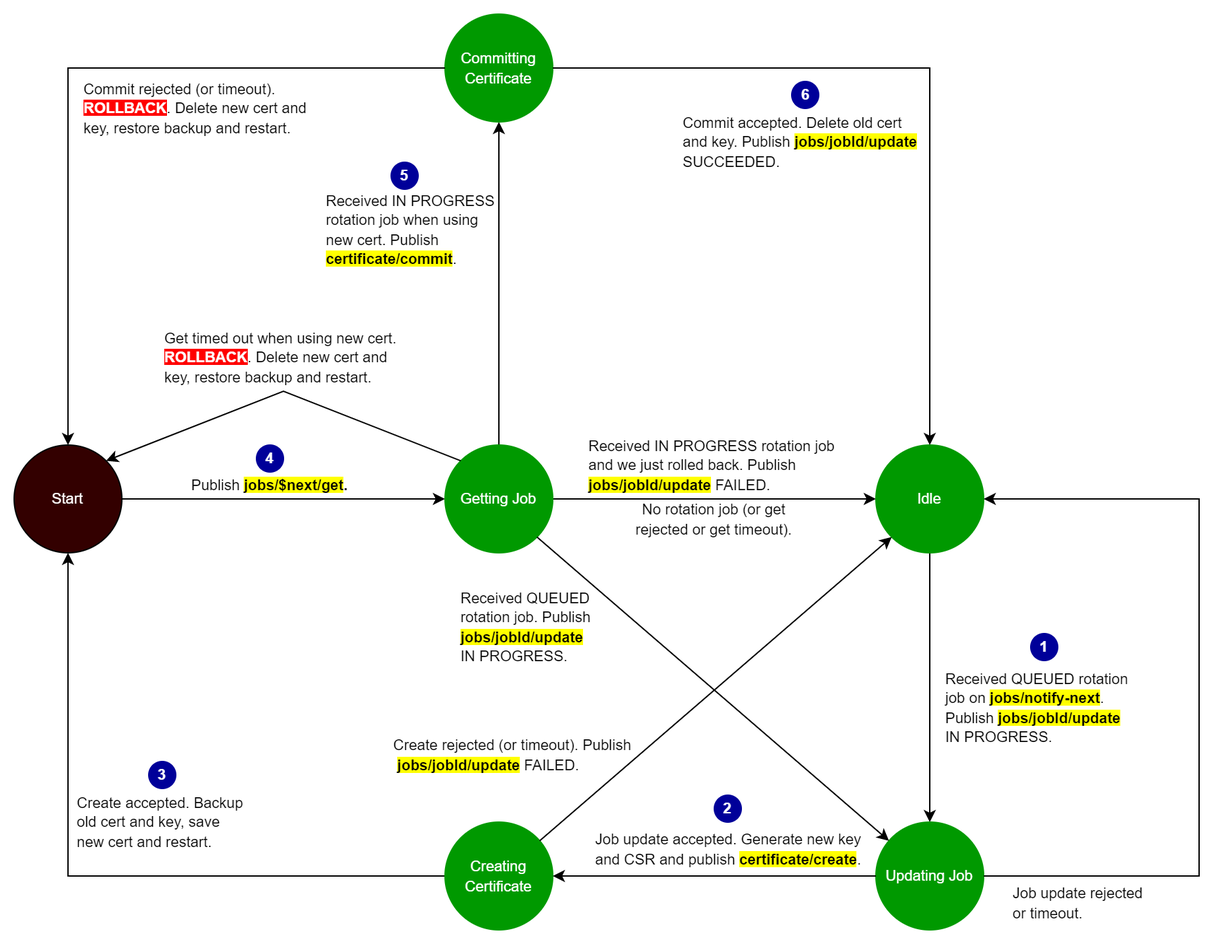
Earlier version of the draw.io export images/certificate-rotation-component-fsm.drawio.png (awslabs/aws-greengrass-labs-certificate-rotator). Source tidied: cells renumbered, new cells last; positions are measured from the earlier drawing's top-left corner, leaving out a move shared by most shapes. The source it was exported from:
```xml
<mxGraphModel>
  <root>
    <mxCell id="0" />
    <mxCell id="1" parent="0" />
    <mxCell id="2" style="edgeStyle=orthogonalEdgeStyle;rounded=0;jettySize=auto;html=1;fontSize=11;fontColor=#FFFFFF;entryX=0;entryY=0.5;entryDx=0;entryDy=0;" parent="1" edge="1" source="3" target="6">
      <mxGeometry relative="1" as="geometry" />
    </mxCell>
    <mxCell id="3" value="&lt;font color=&quot;#ffffff&quot; style=&quot;font-size: 11px&quot;&gt;Start&lt;/font&gt;" style="ellipse;whiteSpace=wrap;html=1;fillColor=#330000;" parent="1" vertex="1">
      <mxGeometry y="320" width="80" height="80" as="geometry" />
    </mxCell>
    <mxCell id="4" style="edgeStyle=orthogonalEdgeStyle;rounded=0;jettySize=auto;html=1;fontSize=11;fontColor=#FFFFFF;entryX=0;entryY=0.5;entryDx=0;entryDy=0;" parent="1" edge="1" source="6" target="8">
      <mxGeometry relative="1" as="geometry" />
    </mxCell>
    <mxCell id="5" style="edgeStyle=orthogonalEdgeStyle;rounded=0;jettySize=auto;html=1;fontSize=11;fontColor=#FFFFFF;endArrow=classic;endFill=1;entryX=0.5;entryY=1;entryDx=0;entryDy=0;" parent="1" edge="1" source="6" target="12">
      <mxGeometry relative="1" as="geometry" />
    </mxCell>
    <mxCell id="6" value="&lt;font style=&quot;font-size: 11px&quot; color=&quot;#ffffff&quot;&gt;Getting Job&lt;/font&gt;" style="ellipse;whiteSpace=wrap;html=1;fillColor=#009900;strokeColor=#009900;" parent="1" vertex="1">
      <mxGeometry x="320" y="320" width="80" height="80" as="geometry" />
    </mxCell>
    <mxCell id="7" style="edgeStyle=orthogonalEdgeStyle;rounded=0;jettySize=auto;html=1;fontSize=11;fontColor=#FFFFFF;entryX=0.5;entryY=0;entryDx=0;entryDy=0;" parent="1" edge="1" source="8" target="9">
      <mxGeometry relative="1" as="geometry" />
    </mxCell>
    <mxCell id="8" value="&lt;font style=&quot;font-size: 11px&quot; color=&quot;#ffffff&quot;&gt;Idle&lt;/font&gt;" style="ellipse;whiteSpace=wrap;html=1;fillColor=#009900;strokeColor=#009900;" parent="1" vertex="1">
      <mxGeometry x="640" y="320" width="80" height="80" as="geometry" />
    </mxCell>
    <mxCell id="9" value="&lt;font style=&quot;font-size: 11px&quot; color=&quot;#ffffff&quot;&gt;Updating Job&lt;br&gt;&lt;/font&gt;" style="ellipse;whiteSpace=wrap;html=1;fillColor=#009900;strokeColor=#009900;" parent="1" vertex="1">
      <mxGeometry x="640" y="600" width="80" height="80" as="geometry" />
    </mxCell>
    <mxCell id="10" style="edgeStyle=orthogonalEdgeStyle;rounded=0;jettySize=auto;html=1;fontSize=11;fontColor=#FFFFFF;entryX=0.5;entryY=1;entryDx=0;entryDy=0;" parent="1" edge="1" source="11" target="3">
      <mxGeometry relative="1" as="geometry" />
    </mxCell>
    <mxCell id="11" value="&lt;font style=&quot;font-size: 11px&quot; color=&quot;#ffffff&quot;&gt;Creating&lt;br&gt;Certificate&lt;/font&gt;" style="ellipse;whiteSpace=wrap;html=1;fillColor=#009900;strokeColor=#009900;" parent="1" vertex="1">
      <mxGeometry x="320" y="600" width="80" height="80" as="geometry" />
    </mxCell>
    <mxCell id="12" value="&lt;font style=&quot;font-size: 11px&quot; color=&quot;#ffffff&quot;&gt;Committing Certificate&lt;/font&gt;" style="ellipse;whiteSpace=wrap;html=1;fillColor=#009900;strokeColor=#009900;" parent="1" vertex="1">
      <mxGeometry x="320" width="80" height="80" as="geometry" />
    </mxCell>
    <mxCell id="13" value="&lt;font style=&quot;font-size: 11px&quot;&gt;Publish &lt;b style=&quot;background-color: rgb(255 , 255 , 0)&quot;&gt;jobs/$next/get&lt;/b&gt;&lt;b&gt;.&lt;/b&gt;&lt;br&gt;&lt;/font&gt;" style="text;html=1;strokeColor=none;fillColor=none;align=left;verticalAlign=middle;whiteSpace=wrap;rounded=0;" parent="1" vertex="1">
      <mxGeometry x="130" y="340" width="160" height="20" as="geometry" />
    </mxCell>
    <mxCell id="14" style="endArrow=classic;html=1;rounded=0;fontSize=11;fontColor=#FFFFFF;exitX=1;exitY=1;exitDx=0;exitDy=0;" parent="1" edge="1" source="6" target="9">
      <mxGeometry relative="1" as="geometry" />
    </mxCell>
    <mxCell id="15" style="endArrow=classic;html=1;rounded=0;fontSize=11;fontColor=#FFFFFF;exitX=1;exitY=0.5;exitDx=0;exitDy=0;entryX=1;entryY=0.5;entryDx=0;entryDy=0;" parent="1" edge="1" source="9" target="8">
      <mxGeometry relative="1" as="geometry">
        <Array as="points">
          <mxPoint x="880" y="640" />
          <mxPoint x="880" y="360" />
        </Array>
      </mxGeometry>
    </mxCell>
    <mxCell id="16" style="endArrow=classic;html=1;rounded=0;fontSize=11;fontColor=#FFFFFF;exitX=0;exitY=0.5;exitDx=0;exitDy=0;entryX=0.5;entryY=0;entryDx=0;entryDy=0;" parent="1" edge="1" source="12" target="3">
      <mxGeometry relative="1" as="geometry">
        <Array as="points">
          <mxPoint x="40" y="40" />
        </Array>
      </mxGeometry>
    </mxCell>
    <mxCell id="17" style="endArrow=classic;html=1;rounded=0;fontSize=11;fontColor=#FFFFFF;exitX=1;exitY=0.5;exitDx=0;exitDy=0;entryX=0.5;entryY=0;entryDx=0;entryDy=0;" parent="1" edge="1" source="12" target="8">
      <mxGeometry relative="1" as="geometry">
        <Array as="points">
          <mxPoint x="680" y="40" />
        </Array>
      </mxGeometry>
    </mxCell>
    <mxCell id="18" value="&lt;b&gt;1&lt;/b&gt;" style="ellipse;whiteSpace=wrap;html=1;labelBackgroundColor=#000099;fontSize=11;fontColor=#FFFFFF;strokeColor=#000099;fillColor=#000099;" parent="1" vertex="1">
      <mxGeometry x="755" y="460" width="20" height="20" as="geometry" />
    </mxCell>
    <mxCell id="19" value="&lt;span style=&quot;font-size: 11px&quot;&gt;No rotation job (or get rejected or get timeout).&lt;/span&gt;" style="text;html=1;strokeColor=none;fillColor=none;align=center;verticalAlign=middle;whiteSpace=wrap;rounded=0;" parent="1" vertex="1">
      <mxGeometry x="450" y="360" width="140" height="30" as="geometry" />
    </mxCell>
    <mxCell id="20" value="&lt;b&gt;2&lt;/b&gt;" style="ellipse;whiteSpace=wrap;html=1;labelBackgroundColor=#000099;fontSize=11;fontColor=#FFFFFF;strokeColor=#000099;fillColor=#000099;" parent="1" vertex="1">
      <mxGeometry x="520" y="580" width="20" height="20" as="geometry" />
    </mxCell>
    <mxCell id="21" value="&lt;font style=&quot;font-size: 11px&quot;&gt;&lt;span style=&quot;text-align: center&quot;&gt;Received QUEUED rotation job on&amp;nbsp;&lt;/span&gt;&lt;b style=&quot;text-align: center&quot;&gt;&lt;span style=&quot;background-color: rgb(255 , 255 , 0)&quot;&gt;jobs/notify-next&lt;/span&gt;&lt;/b&gt;. Publish &lt;b&gt;&lt;span style=&quot;background-color: rgb(255 , 255 , 0)&quot;&gt;jobs/jobId/update&lt;/span&gt;&lt;br&gt;&lt;/b&gt;IN PROGRESS.&lt;br&gt;&lt;/font&gt;" style="text;html=1;strokeColor=none;fillColor=none;align=left;verticalAlign=middle;whiteSpace=wrap;rounded=0;" parent="1" vertex="1">
      <mxGeometry x="690" y="480" width="150" height="70" as="geometry" />
    </mxCell>
    <mxCell id="22" value="&lt;font style=&quot;font-size: 11px&quot;&gt;&lt;span style=&quot;text-align: center&quot;&gt;Received QUEUED rotation job.&amp;nbsp;&lt;/span&gt;Publish &lt;b&gt;&lt;span style=&quot;background-color: rgb(255 , 255 , 0)&quot;&gt;jobs/jobId/update&lt;/span&gt;&lt;br&gt;&lt;/b&gt;IN PROGRESS.&lt;br&gt;&lt;/font&gt;" style="text;html=1;strokeColor=none;fillColor=none;align=left;verticalAlign=middle;whiteSpace=wrap;rounded=0;" parent="1" vertex="1">
      <mxGeometry x="330" y="415" width="130" height="80" as="geometry" />
    </mxCell>
    <mxCell id="23" value="&lt;font style=&quot;font-size: 11px&quot;&gt;&lt;span style=&quot;text-align: center&quot;&gt;Received IN PROGRESS rotation job and we just rolled back.&amp;nbsp;&lt;/span&gt;Publish &lt;b&gt;&lt;span style=&quot;background-color: rgb(255 , 255 , 0)&quot;&gt;jobs/jobId/update&lt;/span&gt;&lt;/b&gt;&amp;nbsp;FAILED.&lt;br&gt;&lt;/font&gt;" style="text;html=1;strokeColor=none;fillColor=none;align=left;verticalAlign=middle;whiteSpace=wrap;rounded=0;" parent="1" vertex="1">
      <mxGeometry x="425" y="310" width="190" height="50" as="geometry" />
    </mxCell>
    <mxCell id="24" value="&lt;font style=&quot;font-size: 11px&quot;&gt;&lt;span style=&quot;text-align: center&quot;&gt;Received IN PROGRESS rotation job when using new cert.&amp;nbsp;&lt;/span&gt;Publish &lt;b&gt;&lt;span style=&quot;background-color: rgb(255 , 255 , 0)&quot;&gt;certificate/commit&lt;/span&gt;&lt;/b&gt;&lt;span style=&quot;background-color: rgb(255 , 255 , 255)&quot;&gt;.&lt;/span&gt;&lt;br&gt;&lt;/font&gt;" style="text;html=1;strokeColor=none;fillColor=none;align=left;verticalAlign=middle;whiteSpace=wrap;rounded=0;" parent="1" vertex="1">
      <mxGeometry x="230" y="120" width="130" height="80" as="geometry" />
    </mxCell>
    <mxCell id="25" value="&lt;font style=&quot;font-size: 11px&quot;&gt;&lt;span style=&quot;text-align: center&quot;&gt;Commit accepted. Delete old cert and key. &lt;/span&gt;Publish &lt;b&gt;&lt;span style=&quot;background-color: rgb(255 , 255 , 0)&quot;&gt;jobs/jobId/update&lt;/span&gt;&lt;br&gt;&lt;/b&gt;SUCCEEDED.&lt;br&gt;&lt;/font&gt;" style="text;html=1;strokeColor=none;fillColor=none;align=left;verticalAlign=middle;whiteSpace=wrap;rounded=0;" parent="1" vertex="1">
      <mxGeometry x="495" y="60" width="185" height="70" as="geometry" />
    </mxCell>
    <mxCell id="26" value="&lt;font style=&quot;font-size: 11px&quot;&gt;&lt;span style=&quot;text-align: center&quot;&gt;Job update accepted. Generate new key and CSR and p&lt;/span&gt;ublish &lt;b&gt;&lt;span style=&quot;background-color: rgb(255 , 255 , 0)&quot;&gt;certificate/create&lt;/span&gt;&lt;/b&gt;&lt;span style=&quot;background-color: rgb(255 , 255 , 255)&quot;&gt;.&lt;/span&gt;&lt;br&gt;&lt;/font&gt;" style="text;html=1;strokeColor=none;fillColor=none;align=left;verticalAlign=middle;whiteSpace=wrap;rounded=0;" parent="1" vertex="1">
      <mxGeometry x="430" y="580" width="200" height="80" as="geometry" />
    </mxCell>
    <mxCell id="27" value="&lt;font style=&quot;font-size: 11px&quot;&gt;&lt;span style=&quot;text-align: center&quot;&gt;Create accepted. Backup old cert and key, save new cert and restart.&lt;/span&gt;&lt;br&gt;&lt;/font&gt;" style="text;html=1;strokeColor=none;fillColor=none;align=left;verticalAlign=middle;whiteSpace=wrap;rounded=0;" parent="1" vertex="1">
      <mxGeometry x="45" y="575" width="130" height="50" as="geometry" />
    </mxCell>
    <mxCell id="28" value="&lt;font style=&quot;font-size: 11px&quot;&gt;&lt;span style=&quot;text-align: center&quot;&gt;Create rejected (or timeout).&amp;nbsp;&lt;/span&gt;Publish&lt;br&gt;&amp;nbsp;&lt;b&gt;&lt;span style=&quot;background-color: rgb(255 , 255 , 0)&quot;&gt;jobs/jobId/update&lt;/span&gt;&lt;/b&gt;&amp;nbsp;FAILED.&lt;br&gt;&lt;/font&gt;" style="text;html=1;strokeColor=none;fillColor=none;align=left;verticalAlign=middle;whiteSpace=wrap;rounded=0;" parent="1" vertex="1">
      <mxGeometry x="280" y="530" width="180" height="40" as="geometry" />
    </mxCell>
    <mxCell id="29" value="&lt;b&gt;3&lt;/b&gt;" style="ellipse;whiteSpace=wrap;html=1;labelBackgroundColor=#000099;fontSize=11;fontColor=#FFFFFF;strokeColor=#000099;fillColor=#000099;" parent="1" vertex="1">
      <mxGeometry x="100" y="555" width="20" height="20" as="geometry" />
    </mxCell>
    <mxCell id="30" value="&lt;b&gt;4&lt;/b&gt;" style="ellipse;whiteSpace=wrap;html=1;labelBackgroundColor=#000099;fontSize=11;fontColor=#FFFFFF;strokeColor=#000099;fillColor=#000099;" parent="1" vertex="1">
      <mxGeometry x="180" y="320" width="20" height="20" as="geometry" />
    </mxCell>
    <mxCell id="31" value="&lt;b&gt;5&lt;/b&gt;" style="ellipse;whiteSpace=wrap;html=1;labelBackgroundColor=#000099;fontSize=11;fontColor=#FFFFFF;strokeColor=#000099;fillColor=#000099;" parent="1" vertex="1">
      <mxGeometry x="280" y="110" width="20" height="20" as="geometry" />
    </mxCell>
    <mxCell id="32" value="&lt;b&gt;6&lt;/b&gt;" style="ellipse;whiteSpace=wrap;html=1;labelBackgroundColor=#000099;fontSize=11;fontColor=#FFFFFF;strokeColor=#000099;fillColor=#000099;" parent="1" vertex="1">
      <mxGeometry x="577.5" y="50" width="20" height="20" as="geometry" />
    </mxCell>
    <mxCell id="33" value="&lt;font style=&quot;font-size: 11px&quot;&gt;&lt;span style=&quot;text-align: center&quot;&gt;Job update rejected or timeout.&lt;/span&gt;&lt;br&gt;&lt;/font&gt;" style="text;html=1;strokeColor=none;fillColor=none;align=left;verticalAlign=middle;whiteSpace=wrap;rounded=0;" parent="1" vertex="1">
      <mxGeometry x="740" y="640" width="110" height="40" as="geometry" />
    </mxCell>
    <mxCell id="34" value="&lt;font style=&quot;font-size: 11px&quot;&gt;&lt;span style=&quot;text-align: center&quot;&gt;Commit rejected (or timeout). &lt;span style=&quot;background-color: rgb(255, 0, 0);&quot;&gt;&lt;font color=&quot;#ffffff&quot;&gt;&lt;b&gt;ROLLBACK&lt;/b&gt;&lt;/font&gt;&lt;/span&gt;. Delete new cert and key, restore backup and restart.&lt;/span&gt;&lt;br&gt;&lt;/font&gt;" style="text;html=1;strokeColor=none;fillColor=none;align=left;verticalAlign=middle;whiteSpace=wrap;rounded=0;" parent="1" vertex="1">
      <mxGeometry x="50" y="50" width="170" height="40" as="geometry" />
    </mxCell>
    <mxCell id="35" style="endArrow=classic;html=1;rounded=0;exitX=0;exitY=0;exitDx=0;exitDy=0;entryX=1;entryY=0;entryDx=0;entryDy=0;" parent="1" edge="1" source="6" target="3">
      <mxGeometry relative="1" as="geometry">
        <Array as="points">
          <mxPoint x="200" y="280" />
        </Array>
      </mxGeometry>
    </mxCell>
    <mxCell id="36" value="&lt;font style=&quot;font-size: 11px&quot;&gt;&lt;span style=&quot;text-align: center&quot;&gt;Get timed out when using new cert. &lt;b style=&quot;background-color: rgb(255, 0, 0);&quot;&gt;&lt;font color=&quot;#ffffff&quot;&gt;ROLLBACK&lt;/font&gt;&lt;/b&gt;. Delete new cert and key, restore backup and restart.&lt;/span&gt;&lt;br&gt;&lt;/font&gt;" style="text;html=1;strokeColor=none;fillColor=none;align=left;verticalAlign=middle;whiteSpace=wrap;rounded=0;" parent="1" vertex="1">
      <mxGeometry x="110" y="230" width="180" height="50" as="geometry" />
    </mxCell>
    <mxCell id="37" style="endArrow=classic;html=1;rounded=0;entryX=0;entryY=1;entryDx=0;entryDy=0;" parent="1" edge="1" source="11" target="8">
      <mxGeometry relative="1" as="geometry" />
    </mxCell>
    <mxCell id="38" style="endArrow=classic;html=1;rounded=0;exitX=0;exitY=0.5;exitDx=0;exitDy=0;entryX=1;entryY=0.5;entryDx=0;entryDy=0;" parent="1" edge="1" source="9" target="11">
      <mxGeometry relative="1" as="geometry" />
    </mxCell>
  </root>
</mxGraphModel>
```
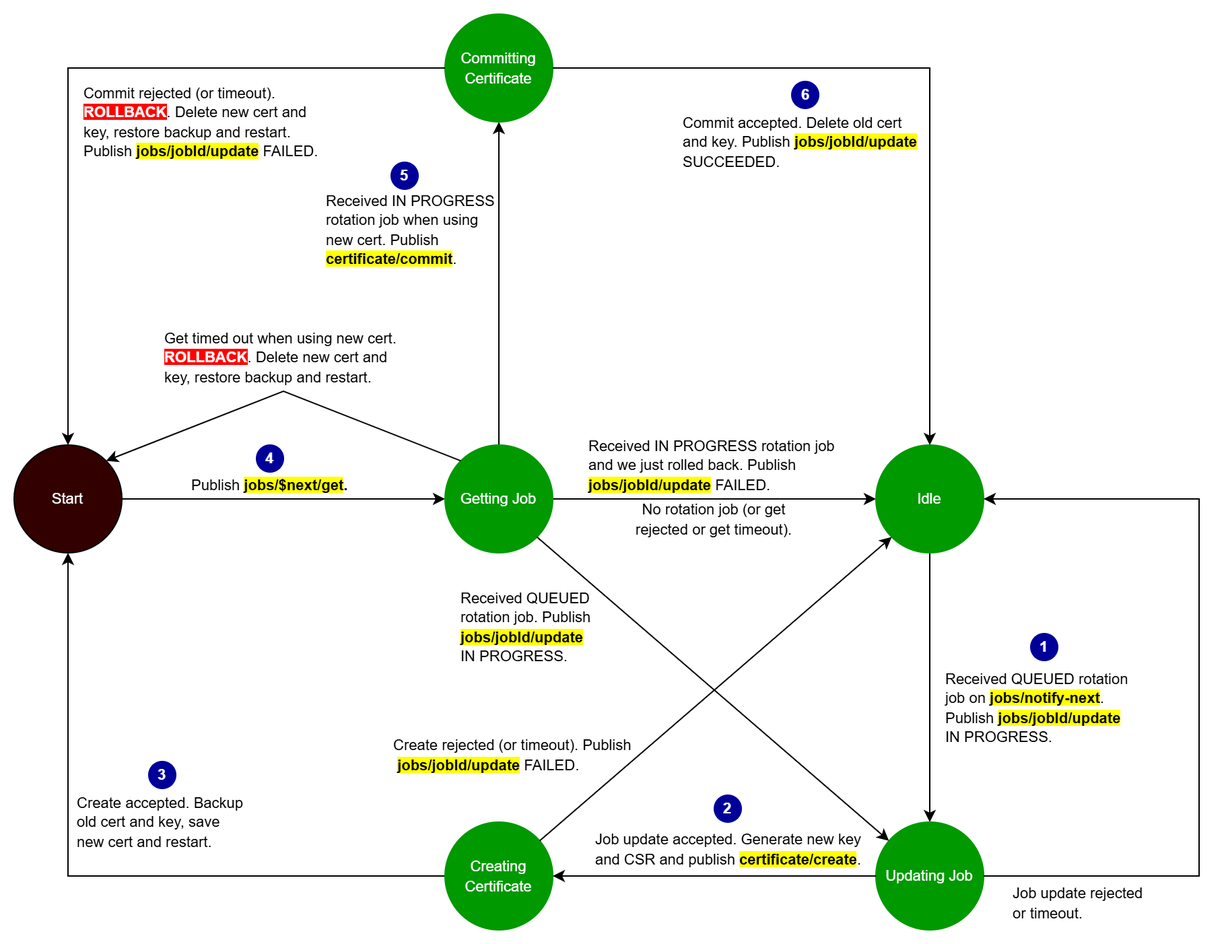
After the commit.

The edit, as a diff of the source:
```diff
@@ -111,8 +111,8 @@
     <mxCell id="33" value="&lt;font style=&quot;font-size: 11px&quot;&gt;&lt;span style=&quot;text-align: center&quot;&gt;Job update rejected or timeout.&lt;/span&gt;&lt;br&gt;&lt;/font&gt;" style="text;html=1;strokeColor=none;fillColor=none;align=left;verticalAlign=middle;whiteSpace=wrap;rounded=0;" parent="1" vertex="1">
       <mxGeometry x="740" y="640" width="110" height="40" as="geometry" />
     </mxCell>
-    <mxCell id="34" value="&lt;font style=&quot;font-size: 11px&quot;&gt;&lt;span style=&quot;text-align: center&quot;&gt;Commit rejected (or timeout). &lt;span style=&quot;background-color: rgb(255, 0, 0);&quot;&gt;&lt;font color=&quot;#ffffff&quot;&gt;&lt;b&gt;ROLLBACK&lt;/b&gt;&lt;/font&gt;&lt;/span&gt;. Delete new cert and key, restore backup and restart.&lt;/span&gt;&lt;br&gt;&lt;/font&gt;" style="text;html=1;strokeColor=none;fillColor=none;align=left;verticalAlign=middle;whiteSpace=wrap;rounded=0;" parent="1" vertex="1">
-      <mxGeometry x="50" y="50" width="170" height="40" as="geometry" />
+    <mxCell id="34" value="&lt;font style=&quot;font-size: 11px&quot;&gt;&lt;span style=&quot;text-align: center&quot;&gt;Commit rejected (or timeout). &lt;span style=&quot;background-color: rgb(255, 0, 0);&quot;&gt;&lt;font color=&quot;#ffffff&quot;&gt;&lt;b&gt;ROLLBACK&lt;/b&gt;&lt;/font&gt;&lt;/span&gt;. Delete new cert and key, restore backup and restart.&amp;nbsp;&lt;/span&gt;&lt;/font&gt;&lt;div&gt;&lt;font style=&quot;font-size: 11px&quot;&gt;Publish&amp;nbsp;&lt;b&gt;&lt;span style=&quot;background-color: rgb(255, 255, 0);&quot;&gt;jobs/jobId/update&lt;/span&gt;&lt;/b&gt;&amp;nbsp;FAILED.&lt;br&gt;&lt;/font&gt;&lt;/div&gt;" style="text;html=1;strokeColor=none;fillColor=none;align=left;verticalAlign=middle;whiteSpace=wrap;rounded=0;" parent="1" vertex="1">
+      <mxGeometry x="50" y="50" width="190" height="59" as="geometry" />
     </mxCell>
     <mxCell id="35" style="endArrow=classic;html=1;rounded=0;exitX=0;exitY=0;exitDx=0;exitDy=0;entryX=1;entryY=0;entryDx=0;entryDy=0;" parent="1" edge="1" source="6" target="3">
       <mxGeometry relative="1" as="geometry">
```
